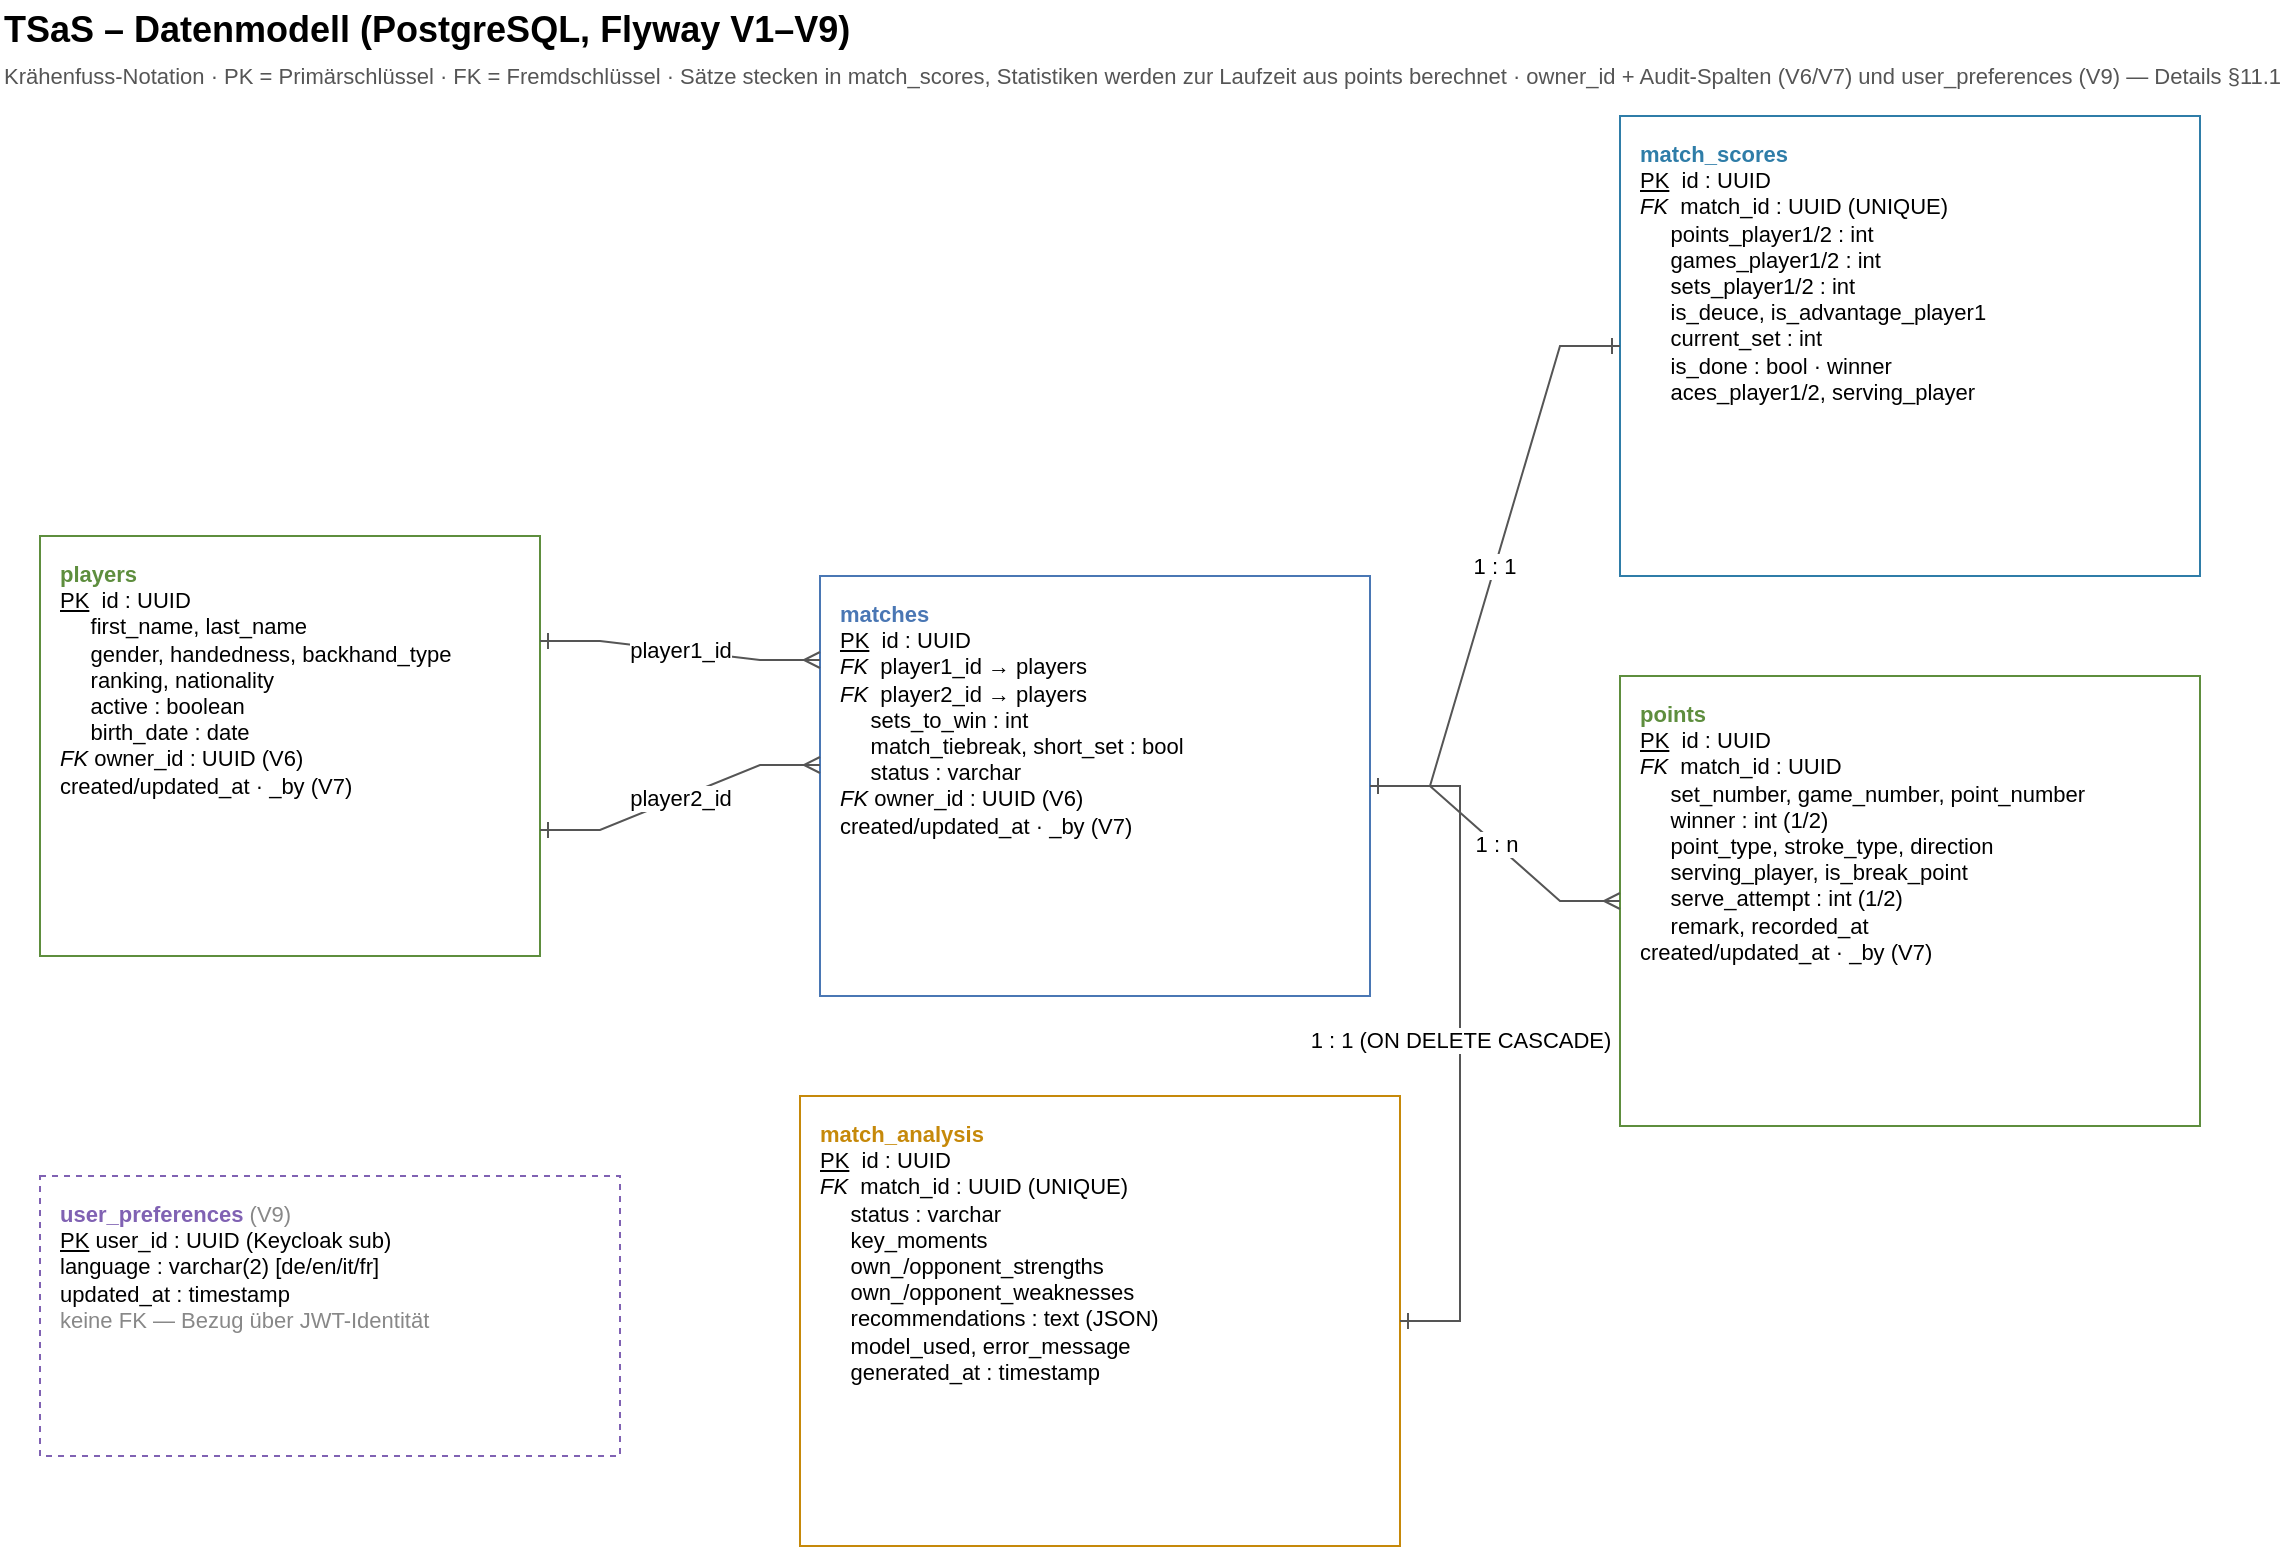
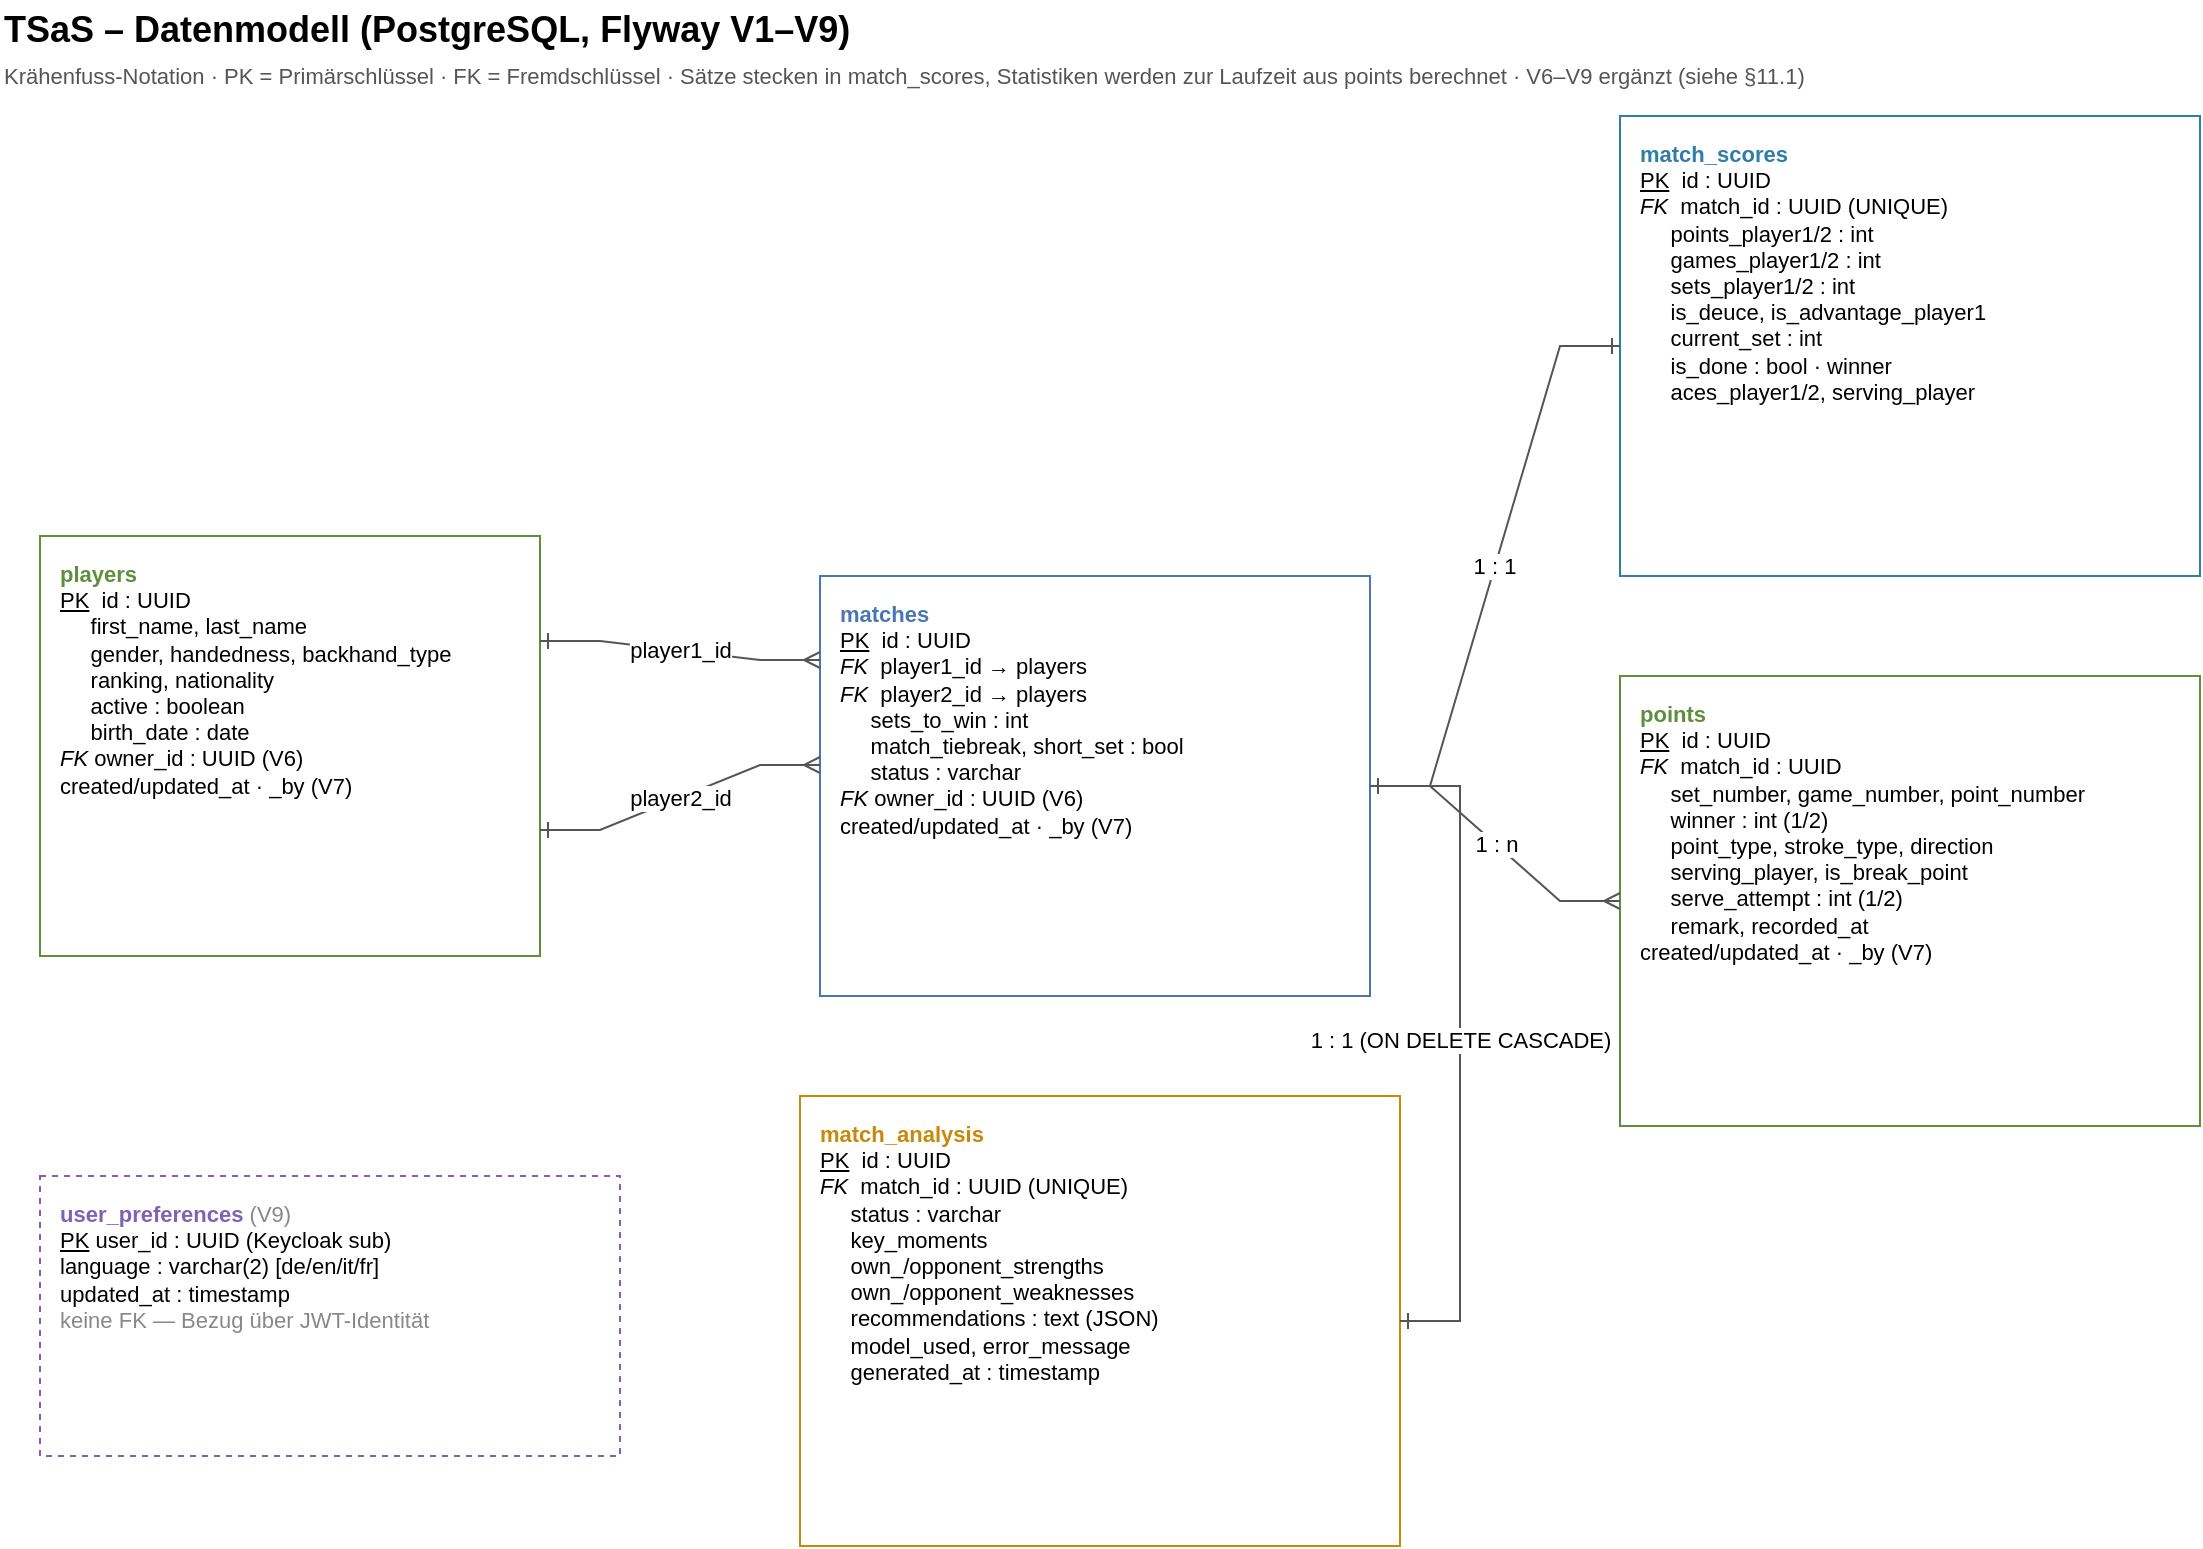
<mxfile host="app.diagrams.net" agent="tsas-sad-gen" version="24.7.17">
  <diagram id="TSaS_Datenmodell" name="TSaS_Datenmodell">
    <mxGraphModel dx="900" dy="640" grid="1" gridSize="10" guides="1" tooltips="1" connect="1" arrows="1" fold="1" page="1" pageScale="1" pageWidth="1180" pageHeight="820" math="0" shadow="0">
      <root>
        <mxCell id="0"/>
        <mxCell id="1" parent="0"/>
        <mxCell id="n2" value="TSaS – Datenmodell (PostgreSQL, Flyway V1–V9)" style="text;html=1;strokeColor=none;fillColor=none;align=left;verticalAlign=middle;fontStyle=1;fontSize=18;" vertex="1" parent="1"><mxGeometry x="40" y="12" width="700" height="30" as="geometry"/></mxCell>
-         <mxCell id="n3" value="Krähenfuss-Notation · PK = Primärschlüssel · FK = Fremdschlüssel · Sätze stecken in match_scores, Statistiken werden zur Laufzeit aus points berechnet · owner_id + Audit-Spalten (V6/V7) und user_preferences (V9) — Details §11.1" style="text;html=1;strokeColor=none;fillColor=none;align=left;verticalAlign=middle;fontSize=11;fontColor=#555555;" vertex="1" parent="1"><mxGeometry x="40" y="40" width="1090" height="20" as="geometry"/></mxCell>
+         <mxCell id="n3" value="Krähenfuss-Notation · PK = Primärschlüssel · FK = Fremdschlüssel · Sätze stecken in match_scores, Statistiken werden zur Laufzeit aus points berechnet · V6–V9 ergänzt (siehe §11.1)" style="text;html=1;strokeColor=none;fillColor=none;align=left;verticalAlign=middle;fontSize=11;fontColor=#555555;" vertex="1" parent="1"><mxGeometry x="40" y="40" width="1090" height="20" as="geometry"/></mxCell>
        <mxCell id="n4" value="&lt;b&gt;&lt;font color=&quot;#5E8E3E&quot;&gt;players&lt;/font&gt;&lt;/b&gt;&lt;br&gt;&lt;u&gt;PK&lt;/u&gt;  id : UUID&lt;br&gt;     first_name, last_name&lt;br&gt;     gender, handedness, backhand_type&lt;br&gt;     ranking, nationality&lt;br&gt;     active : boolean&lt;br&gt;     birth_date : date&lt;br&gt;&lt;i&gt;FK&lt;/i&gt; owner_id : UUID (V6)&lt;br&gt; created/updated_at · _by (V7)" style="rounded=0;whiteSpace=wrap;html=1;fillColor=#FFFFFF;strokeColor=#5E8E3E;align=left;verticalAlign=top;spacingLeft=8;spacingTop=6;spacingRight=6;fontSize=11;" vertex="1" parent="1"><mxGeometry x="60" y="280" width="250" height="210" as="geometry"/></mxCell>
        <mxCell id="n5" value="&lt;b&gt;&lt;font color=&quot;#4A77B4&quot;&gt;matches&lt;/font&gt;&lt;/b&gt;&lt;br&gt;&lt;u&gt;PK&lt;/u&gt;  id : UUID&lt;br&gt;&lt;i&gt;FK&lt;/i&gt;  player1_id → players&lt;br&gt;&lt;i&gt;FK&lt;/i&gt;  player2_id → players&lt;br&gt;     sets_to_win : int&lt;br&gt;     match_tiebreak, short_set : bool&lt;br&gt;     status : varchar&lt;br&gt;&lt;i&gt;FK&lt;/i&gt; owner_id : UUID (V6)&lt;br&gt; created/updated_at · _by (V7)" style="rounded=0;whiteSpace=wrap;html=1;fillColor=#FFFFFF;strokeColor=#4A77B4;align=left;verticalAlign=top;spacingLeft=8;spacingTop=6;spacingRight=6;fontSize=11;" vertex="1" parent="1"><mxGeometry x="450" y="300" width="275" height="210" as="geometry"/></mxCell>
        <mxCell id="n6" value="&lt;b&gt;&lt;font color=&quot;#2F7DA8&quot;&gt;match_scores&lt;/font&gt;&lt;/b&gt;&lt;br&gt;&lt;u&gt;PK&lt;/u&gt;  id : UUID&lt;br&gt;&lt;i&gt;FK&lt;/i&gt;  match_id : UUID (UNIQUE)&lt;br&gt;     points_player1/2 : int&lt;br&gt;     games_player1/2 : int&lt;br&gt;     sets_player1/2 : int&lt;br&gt;     is_deuce, is_advantage_player1&lt;br&gt;     current_set : int&lt;br&gt;     is_done : bool · winner&lt;br&gt;     aces_player1/2, serving_player" style="rounded=0;whiteSpace=wrap;html=1;fillColor=#FFFFFF;strokeColor=#2F7DA8;align=left;verticalAlign=top;spacingLeft=8;spacingTop=6;spacingRight=6;fontSize=11;" vertex="1" parent="1"><mxGeometry x="850" y="70" width="290" height="230" as="geometry"/></mxCell>
        <mxCell id="n7" value="&lt;b&gt;&lt;font color=&quot;#5E8E3E&quot;&gt;points&lt;/font&gt;&lt;/b&gt;&lt;br&gt;&lt;u&gt;PK&lt;/u&gt;  id : UUID&lt;br&gt;&lt;i&gt;FK&lt;/i&gt;  match_id : UUID&lt;br&gt;     set_number, game_number, point_number&lt;br&gt;     winner : int (1/2)&lt;br&gt;     point_type, stroke_type, direction&lt;br&gt;     serving_player, is_break_point&lt;br&gt;     serve_attempt : int (1/2)&lt;br&gt;     remark, recorded_at&lt;br&gt; created/updated_at · _by (V7)" style="rounded=0;whiteSpace=wrap;html=1;fillColor=#FFFFFF;strokeColor=#5E8E3E;align=left;verticalAlign=top;spacingLeft=8;spacingTop=6;spacingRight=6;fontSize=11;" vertex="1" parent="1"><mxGeometry x="850" y="350" width="290" height="225" as="geometry"/></mxCell>
        <mxCell id="n8" value="&lt;b&gt;&lt;font color=&quot;#C6890A&quot;&gt;match_analysis&lt;/font&gt;&lt;/b&gt;&lt;br&gt;&lt;u&gt;PK&lt;/u&gt;  id : UUID&lt;br&gt;&lt;i&gt;FK&lt;/i&gt;  match_id : UUID (UNIQUE)&lt;br&gt;     status : varchar&lt;br&gt;     key_moments&lt;br&gt;     own_/opponent_strengths&lt;br&gt;     own_/opponent_weaknesses&lt;br&gt;     recommendations : text (JSON)&lt;br&gt;     model_used, error_message&lt;br&gt;     generated_at : timestamp" style="rounded=0;whiteSpace=wrap;html=1;fillColor=#FFFFFF;strokeColor=#C6890A;align=left;verticalAlign=top;spacingLeft=8;spacingTop=6;spacingRight=6;fontSize=11;" vertex="1" parent="1"><mxGeometry x="440" y="560" width="300" height="225" as="geometry"/></mxCell>
        <mxCell id="n9" value="player1_id" style="edgeStyle=entityRelationEdgeStyle;fontSize=11;html=1;rounded=0;startArrow=ERone;startFill=0;endArrow=ERmany;endFill=0;strokeColor=#555555;labelBackgroundColor=#FFFFFF;exitX=1;exitY=0.25;exitDx=0;exitDy=0;entryX=0;entryY=0.2;entryDx=0;entryDy=0;" edge="1" parent="1" source="n4" target="n5"><mxGeometry relative="1" as="geometry"></mxGeometry></mxCell>
        <mxCell id="n10" value="player2_id" style="edgeStyle=entityRelationEdgeStyle;fontSize=11;html=1;rounded=0;startArrow=ERone;startFill=0;endArrow=ERmany;endFill=0;strokeColor=#555555;labelBackgroundColor=#FFFFFF;exitX=1;exitY=0.7;exitDx=0;exitDy=0;entryX=0;entryY=0.45;entryDx=0;entryDy=0;" edge="1" parent="1" source="n4" target="n5"><mxGeometry relative="1" as="geometry"></mxGeometry></mxCell>
        <mxCell id="n11" value="1 : 1" style="edgeStyle=entityRelationEdgeStyle;fontSize=11;html=1;rounded=0;startArrow=ERone;startFill=0;endArrow=ERone;endFill=0;strokeColor=#555555;labelBackgroundColor=#FFFFFF;" edge="1" parent="1" source="n5" target="n6"><mxGeometry relative="1" as="geometry"></mxGeometry></mxCell>
        <mxCell id="n12" value="1 : n" style="edgeStyle=entityRelationEdgeStyle;fontSize=11;html=1;rounded=0;startArrow=ERone;startFill=0;endArrow=ERmany;endFill=0;strokeColor=#555555;labelBackgroundColor=#FFFFFF;" edge="1" parent="1" source="n5" target="n7"><mxGeometry relative="1" as="geometry"></mxGeometry></mxCell>
        <mxCell id="n13" value="1 : 1  (ON DELETE CASCADE)" style="edgeStyle=entityRelationEdgeStyle;fontSize=11;html=1;rounded=0;startArrow=ERone;startFill=0;endArrow=ERone;endFill=0;strokeColor=#555555;labelBackgroundColor=#FFFFFF;" edge="1" parent="1" source="n5" target="n8"><mxGeometry relative="1" as="geometry"></mxGeometry></mxCell>
        <mxCell id="n14" value="&lt;b&gt;&lt;font color=&quot;#8062B3&quot;&gt;user_preferences&lt;/font&gt;&lt;/b&gt;  &lt;font color=&quot;#888888&quot;&gt;(V9)&lt;/font&gt;&lt;br&gt;&lt;u&gt;PK&lt;/u&gt;  user_id : UUID (Keycloak sub)&lt;br&gt;     language : varchar(2) [de/en/it/fr]&lt;br&gt;     updated_at : timestamp&lt;br&gt;&lt;font color=&quot;#888888&quot;&gt;keine FK — Bezug über JWT-Identität&lt;/font&gt;" style="rounded=0;whiteSpace=wrap;html=1;fillColor=#FFFFFF;strokeColor=#8062B3;align=left;verticalAlign=top;spacingLeft=8;spacingTop=6;spacingRight=6;fontSize=11;dashed=1;" vertex="1" parent="1"><mxGeometry x="60" y="600" width="290" height="140" as="geometry"/></mxCell>
      </root>
    </mxGraphModel>
  </diagram>
</mxfile>
